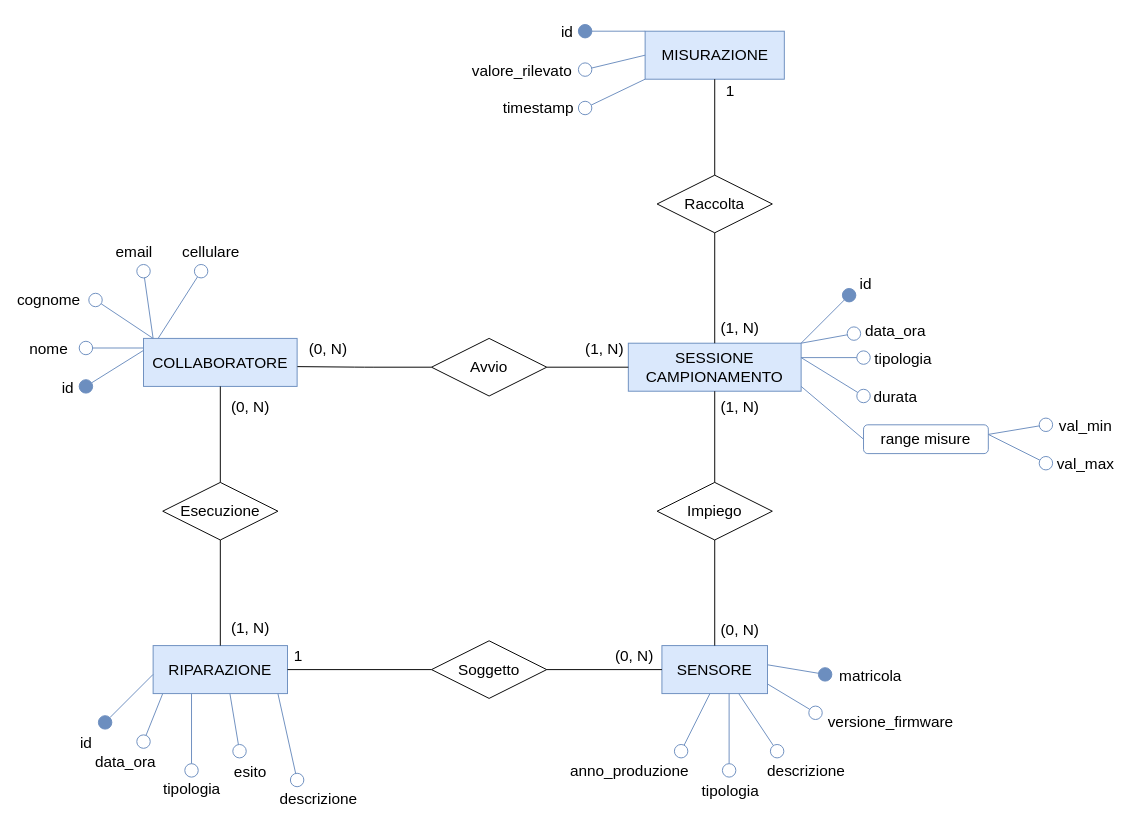
faffolao/ProgettoBD2022 keeps this draw.io diagram as page "Diag. Monitoraggio" (4 of 7) of diagramma-er.drawio. Above is the earlier version. Source tidied: cells renumbered, new cells numbered last; positions are measured from the earlier drawing's top-left corner, leaving out a move shared by most shapes. Both pictures are drawn from the tidied source at 96%, with x=0, y=0 at pixel (85, 31).
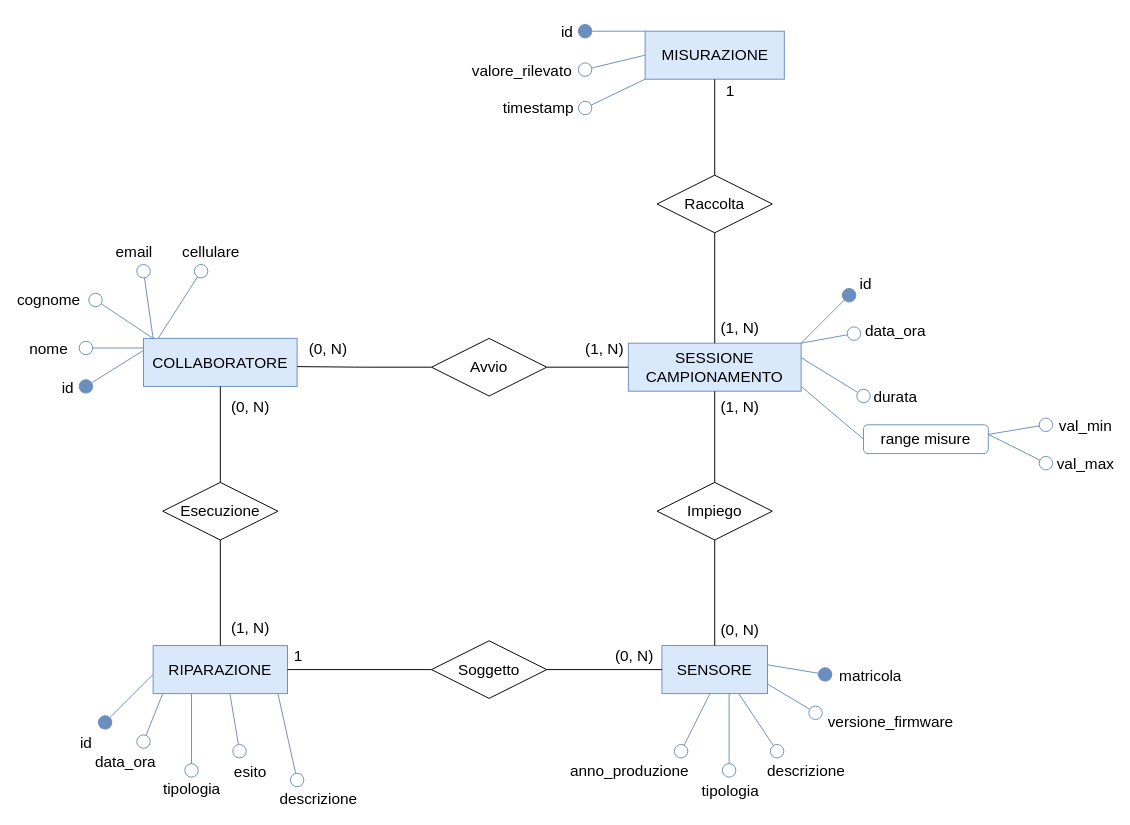
Above is the later version.

Commit message (it also covers changes not shown here):
rimosso tipologia dalla sessione di campionamento

The edit, as a diff of the source:
```diff
@@
-    <mxCell id="53" style="endArrow=oval;html=1;strokeColor=#6c8ebf;strokeWidth=1;fontSize=12;startSize=14;endSize=14;endFill=0;fillColor=#dae8fc;" parent="1" edge="1">
-      <mxGeometry relative="1" as="geometry">
-        <mxPoint x="745" y="340" as="sourcePoint" />
-        <mxPoint x="810" y="340" as="targetPoint" />
-      </mxGeometry>
-    </mxCell>
-    <mxCell id="54" value="tipologia" style="edgeLabel;html=1;align=center;verticalAlign=middle;fontSize=16;" parent="53" vertex="1">
-      <mxGeometry x="0.34" y="-1" relative="1" as="geometry">
-        <mxPoint x="61" y="-1" as="offset" />
-      </mxGeometry>
-    </mxCell>
```
